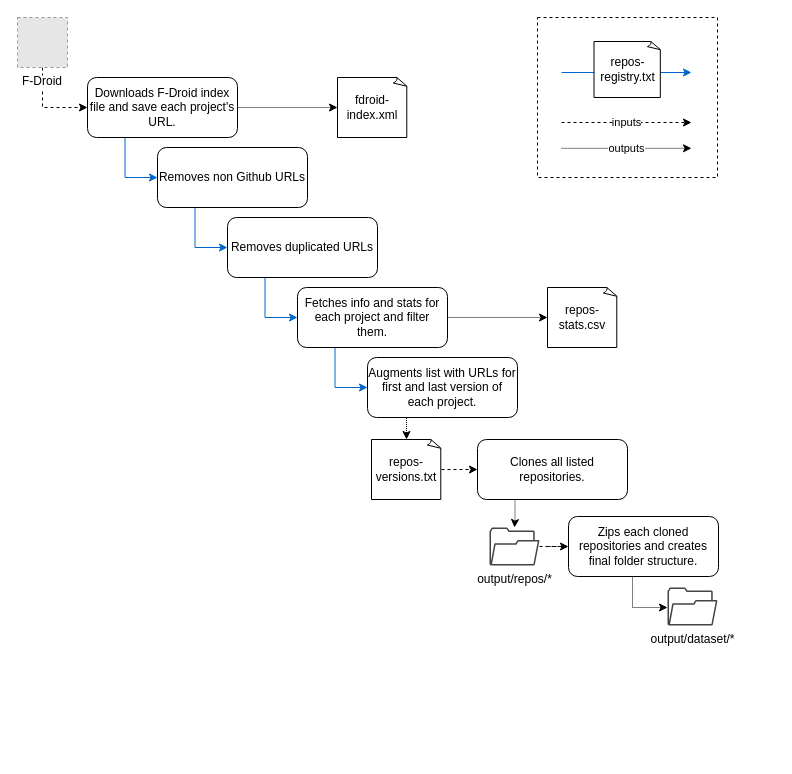
Earlier version of the draw.io diagram scripts/docs/pipeline.drawio (sr-lab/contracts-android). Source tidied: cells renumbered, new cells numbered last; positions are measured from the earlier drawing's top-left corner, leaving out a move shared by most shapes. Both pictures are drawn from the tidied source at 100%, with x=0, y=0 at pixel (17, 17). Pictures stored in the file or linked from it are replaced by grey dashed boxes.
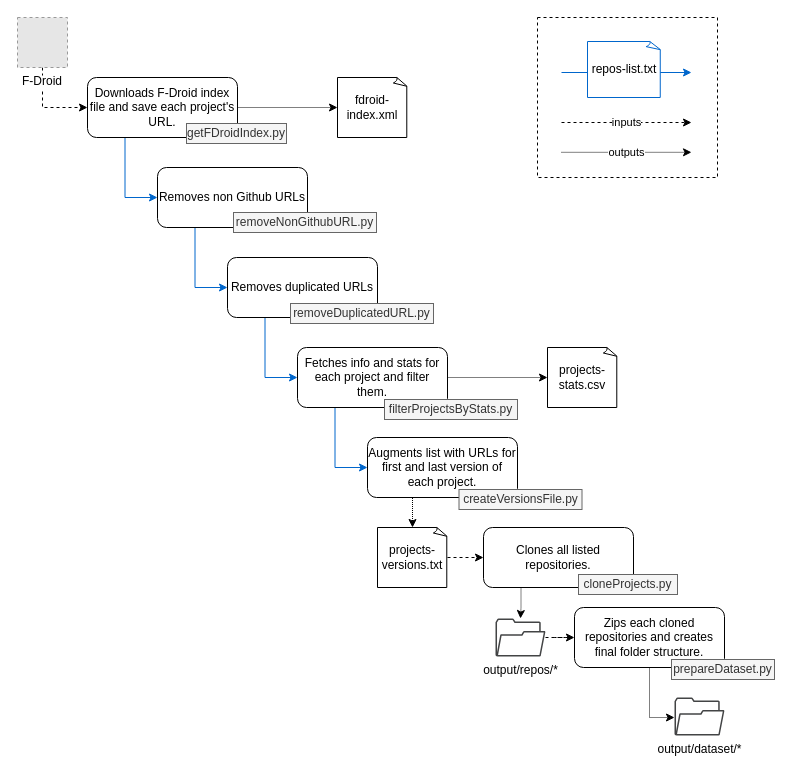
The same page after the edit.

The edit, as a diff of the source:
```diff
@@
     <mxCell id="8" value="Removes non Github URLs" style="rounded=1;whiteSpace=wrap;html=1;" parent="1" vertex="1">
-      <mxGeometry x="140" y="130" width="150" height="60" as="geometry" />
+      <mxGeometry x="140" y="150" width="150" height="60" as="geometry" />
     </mxCell>
@@
     <mxCell id="10" value="Removes duplicated URLs" style="rounded=1;whiteSpace=wrap;html=1;" parent="1" vertex="1">
-      <mxGeometry x="210" y="200" width="150" height="60" as="geometry" />
+      <mxGeometry x="210" y="240" width="150" height="60" as="geometry" />
     </mxCell>
@@
     <mxCell id="13" value="Fetches info and stats for each project and filter them." style="rounded=1;whiteSpace=wrap;html=1;" parent="1" vertex="1">
-      <mxGeometry x="280" y="270" width="150" height="60" as="geometry" />
+      <mxGeometry x="280" y="330" width="150" height="60" as="geometry" />
     </mxCell>
@@
     <mxCell id="15" value="Augments list with URLs for first and last version of each project." style="rounded=1;whiteSpace=wrap;html=1;" parent="1" vertex="1">
-      <mxGeometry x="350" y="340" width="150" height="60" as="geometry" />
+      <mxGeometry x="350" y="420" width="150" height="60" as="geometry" />
     </mxCell>
@@
     <mxCell id="17" value="Clones all listed repositories." style="rounded=1;whiteSpace=wrap;html=1;" parent="1" vertex="1">
-      <mxGeometry x="460" y="422" width="150" height="60" as="geometry" />
+      <mxGeometry x="466" y="510" width="150" height="60" as="geometry" />
     </mxCell>
     <mxCell id="18" style="edgeStyle=orthogonalEdgeStyle;rounded=0;jettySize=auto;html=1;exitX=0.5;exitY=1;exitDx=0;exitDy=0;elbow=vertical;dashed=1;dashPattern=1 1;" parent="1" edge="1" source="19" target="23">
       <mxGeometry relative="1" as="geometry">
         <Array as="points">
-          <mxPoint x="615" y="590" />
+          <mxPoint x="632" y="700" />
         </Array>
       </mxGeometry>
     </mxCell>
     <mxCell id="19" value="Zips each cloned repositories and creates final folder structure." style="rounded=1;whiteSpace=wrap;html=1;" parent="1" vertex="1">
-      <mxGeometry x="551" y="499" width="150" height="60" as="geometry" />
+      <mxGeometry x="557" y="590" width="150" height="60" as="geometry" />
     </mxCell>
-    <mxCell id="20" value="repos-stats.csv" style="whiteSpace=wrap;html=1;shape=mxgraph.basic.document;" parent="1" vertex="1">
-      <mxGeometry x="530" y="270" width="70" height="60" as="geometry" />
+    <mxCell id="20" value="projects-stats.csv" style="whiteSpace=wrap;html=1;shape=mxgraph.basic.document;" parent="1" vertex="1">
+      <mxGeometry x="530" y="330" width="70" height="60" as="geometry" />
     </mxCell>
@@
     <mxCell id="22" value="output/repos/*" style="sketch=0;shadow=0;dashed=0;html=1;strokeColor=none;fillColor=#434445;labelPosition=center;verticalLabelPosition=bottom;verticalAlign=top;align=center;outlineConnect=0;shape=mxgraph.vvd.folder;" parent="1" vertex="1">
-      <mxGeometry x="472" y="510" width="50" height="38" as="geometry" />
+      <mxGeometry x="478" y="601" width="50" height="38" as="geometry" />
     </mxCell>
     <mxCell id="23" value="output/dataset/*" style="sketch=0;shadow=0;dashed=0;html=1;strokeColor=none;fillColor=#434445;labelPosition=center;verticalLabelPosition=bottom;verticalAlign=top;align=center;outlineConnect=0;shape=mxgraph.vvd.folder;" parent="1" vertex="1">
-      <mxGeometry x="650" y="570" width="50" height="38" as="geometry" />
+      <mxGeometry x="657" y="680" width="50" height="38" as="geometry" />
     </mxCell>
@@
-    <mxCell id="25" value="repos-versions.txt" style="whiteSpace=wrap;html=1;shape=mxgraph.basic.document;" parent="1" vertex="1">
-      <mxGeometry x="354" y="422" width="70" height="60" as="geometry" />
+    <mxCell id="25" value="projects-versions.txt" style="whiteSpace=wrap;html=1;shape=mxgraph.basic.document;" parent="1" vertex="1">
+      <mxGeometry x="360" y="510" width="70" height="60" as="geometry" />
     </mxCell>
@@
-    <mxCell id="29" value="repos-registry.txt" style="whiteSpace=wrap;html=1;shape=mxgraph.basic.document;" parent="1" vertex="1">
-      <mxGeometry x="576.5" y="24" width="67" height="56" as="geometry" />
+    <mxCell id="29" value="repos-list.txt" style="whiteSpace=wrap;html=1;shape=mxgraph.basic.document;strokeColor=#0066CC;" parent="1" vertex="1">
+      <mxGeometry x="570" y="24" width="73.5" height="56" as="geometry" />
     </mxCell>
@@
     <mxCell id="31" value="outputs" style="endArrow=classic;html=1;rounded=0;elbow=vertical;dashed=1;dashPattern=1 1;" parent="1" edge="1">
       <mxGeometry relative="1" as="geometry">
-        <mxPoint x="544" y="130.8" as="sourcePoint" />
-        <mxPoint x="674" y="130.8" as="targetPoint" />
+        <mxPoint x="544" y="134.8" as="sourcePoint" />
+        <mxPoint x="674" y="134.8" as="targetPoint" />
         <Array as="points">
-          <mxPoint x="584" y="130.8" />
+          <mxPoint x="584" y="134.8" />
         </Array>
       </mxGeometry>
     </mxCell>
+    <mxCell id="32" value="getFDroidIndex.py" style="rounded=0;whiteSpace=wrap;html=1;strokeColor=#666666;fillColor=#f5f5f5;fontColor=#333333;" parent="1" vertex="1">
+      <mxGeometry x="169" y="106" width="100" height="20" as="geometry" />
+    </mxCell>
+    <mxCell id="33" value="removeNonGithubURL.py" style="rounded=0;whiteSpace=wrap;html=1;strokeColor=#666666;fillColor=#f5f5f5;fontColor=#333333;" parent="1" vertex="1">
+      <mxGeometry x="216" y="195" width="143" height="20" as="geometry" />
+    </mxCell>
+    <mxCell id="34" value="removeDuplicatedURL.py" style="rounded=0;whiteSpace=wrap;html=1;strokeColor=#666666;fillColor=#f5f5f5;fontColor=#333333;" parent="1" vertex="1">
+      <mxGeometry x="273" y="286" width="143" height="20" as="geometry" />
+    </mxCell>
+    <mxCell id="35" value="filterProjectsByStats.py" style="rounded=0;whiteSpace=wrap;html=1;strokeColor=#666666;fillColor=#f5f5f5;fontColor=#333333;" parent="1" vertex="1">
+      <mxGeometry x="367" y="382" width="133" height="20" as="geometry" />
+    </mxCell>
+    <mxCell id="36" value="createVersionsFile.py" style="rounded=0;whiteSpace=wrap;html=1;strokeColor=#666666;fillColor=#f5f5f5;fontColor=#333333;" parent="1" vertex="1">
+      <mxGeometry x="441.5" y="472" width="123" height="20" as="geometry" />
+    </mxCell>
+    <mxCell id="37" value="cloneProjects.py" style="rounded=0;whiteSpace=wrap;html=1;strokeColor=#666666;fillColor=#f5f5f5;fontColor=#333333;" parent="1" vertex="1">
+      <mxGeometry x="561" y="557" width="99" height="20" as="geometry" />
+    </mxCell>
+    <mxCell id="38" value="prepareDataset.py" style="rounded=0;whiteSpace=wrap;html=1;strokeColor=#666666;fillColor=#f5f5f5;fontColor=#333333;" parent="1" vertex="1">
+      <mxGeometry x="654" y="642" width="103" height="20" as="geometry" />
+    </mxCell>
```
